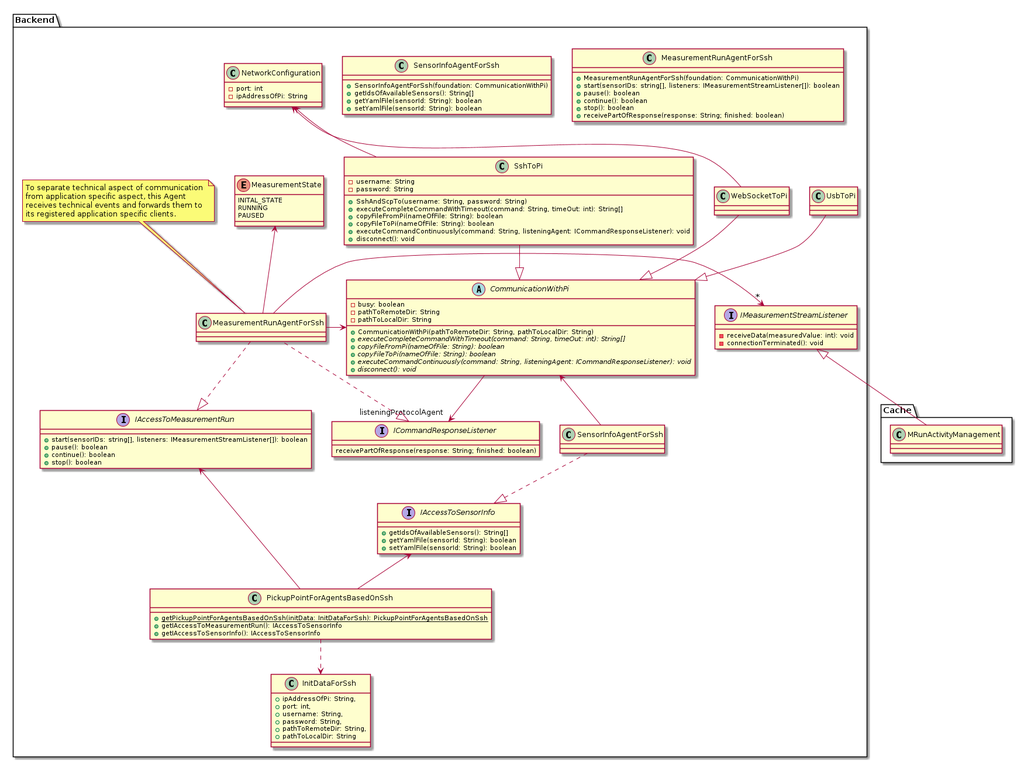
Above: 2-Entwurf/2-Entwicklung/src/edu/kit/freejdaq/phyPiDAQBackend/BackendUMLClassDiagram.png in osl2/DAQ-Documents (PlantUML), before the change. Source of this version:
```plantuml
@startuml
namespace Backend {
	SshToPi --|> CommunicationWithPi
	WebSocketToPi  --|> CommunicationWithPi
	UsbToPi --|> CommunicationWithPi
	SshToPi -up-> NetworkConfiguration
	WebSocketToPi -up-> NetworkConfiguration

	class NetworkConfiguration {
	   -port: int
	   -ipAddressOfPi: String
	}

	abstract class CommunicationWithPi {
		-busy: boolean
		-pathToRemoteDir: String
		-pathToLocalDir: String
		+CommunicationWithPi(pathToRemoteDir: String, pathToLocalDir: String)
	    +{abstract}executeCompleteCommandWithTimeout(command: String, timeOut: int): String[]
	    +{abstract}copyFileFromPi(nameOfFile: String): boolean
	    +{abstract}copyFileToPi(nameOfFile: String): boolean
	    +{abstract}executeCommandContinuously(command: String, listeningAgent: ICommandResponseListener): void
	    +{abstract}disconnect(): void
	}
	CommunicationWithPi --> "listeningProtocolAgent" ICommandResponseListener

	interface ICommandResponseListener {
		receivePartOfResponse(response: String; finished: boolean)
	}

	 MeasurementRunAgentForSsh .up.|> ICommandResponseListener

	note top of MeasurementRunAgentForSsh
		To separate technical aspect of communication
		from application specific aspect, this Agent
		receives technical events and forwards them to
		its registered application specific clients.
	end note

	class SshToPi {
		-username: String
		-password: String
		+SshAndScpTo(username: String, password: String)
		+executeCompleteCommandWithTimeout(command: String, timeOut: int): String[]
	    +copyFileFromPi(nameOfFile: String): boolean
	    +copyFileToPi(nameOfFile: String): boolean
	    +executeCommandContinuously(command: String, listeningAgent: ICommandResponseListener): void
	    +disconnect(): void
	}

	interface IMeasurementStreamListener {
		-receiveData(measuredValue: int): void
		-connectionTerminated(): void
	}

	MeasurementRunAgentForSsh -right-> CommunicationWithPi
	SensorInfoAgentForSsh -up-> CommunicationWithPi
	MeasurementRunAgentForSsh -left-> "*" IMeasurementStreamListener

	interface IAccessToSensorInfo {
		+getIdsOfAvailableSensors(): String[]
		+getYamlFile(sensorId: String): boolean
		+setYamlFile(sensorId: String): boolean
	}

	SensorInfoAgentForSsh ..|> IAccessToSensorInfo


	interface IAccessToMeasurementRun{
		+start(sensorIDs: string[], listeners: IMeasurementStreamListener[]): boolean
		+pause(): boolean
		+continue(): boolean
		+stop(): boolean
	}

	enum MeasurementState {
	  INITAL_STATE
	  RUNNING
	  PAUSED
	}

	MeasurementRunAgentForSsh .down.|> IAccessToMeasurementRun
	MeasurementRunAgentForSsh -up-> MeasurementState

	together {

		class MeasurementRunAgentForSsh {
			+MeasurementRunAgentForSsh(foundation: CommunicationWithPi)
			+start(sensorIDs: string[], listeners: IMeasurementStreamListener[]): boolean
			+pause(): boolean
			+continue(): boolean
			+stop(): boolean
			+receivePartOfResponse(response: String; finished: boolean)
		}

		class SensorInfoAgentForSsh {
			+SensorInfoAgentForSsh(foundation: CommunicationWithPi)
			+getIdsOfAvailableSensors(): String[]
			+getYamlFile(sensorId: String): boolean
			+setYamlFile(sensorId: String): boolean
		}
	}

	PickupPointForAgentsBasedOnSsh -up-> IAccessToSensorInfo
	PickupPointForAgentsBasedOnSsh -up-> IAccessToMeasurementRun
	class PickupPointForAgentsBasedOnSsh {
		+{static}getPickupPointForAgentsBasedOnSsh(initData: InitDataForSsh): PickupPointForAgentsBasedOnSsh
		+getIAccessToMeasurementRun(): IAccessToSensorInfo
		+getIAccessToSensorInfo(): IAccessToSensorInfo
	}

	PickupPointForAgentsBasedOnSsh ..> InitDataForSsh

	class InitDataForSsh {
	 	+ ipAddressOfPi: String,
	 	+ port: int,
	 	+ username: String,
	 	+ password: String,
	 	+ pathToRemoteDir: String,
	 	+ pathToLocalDir: String
	}

	IMeasurementStreamListener <|-- Cache.MRunActivityManagement
}
@enduml
```
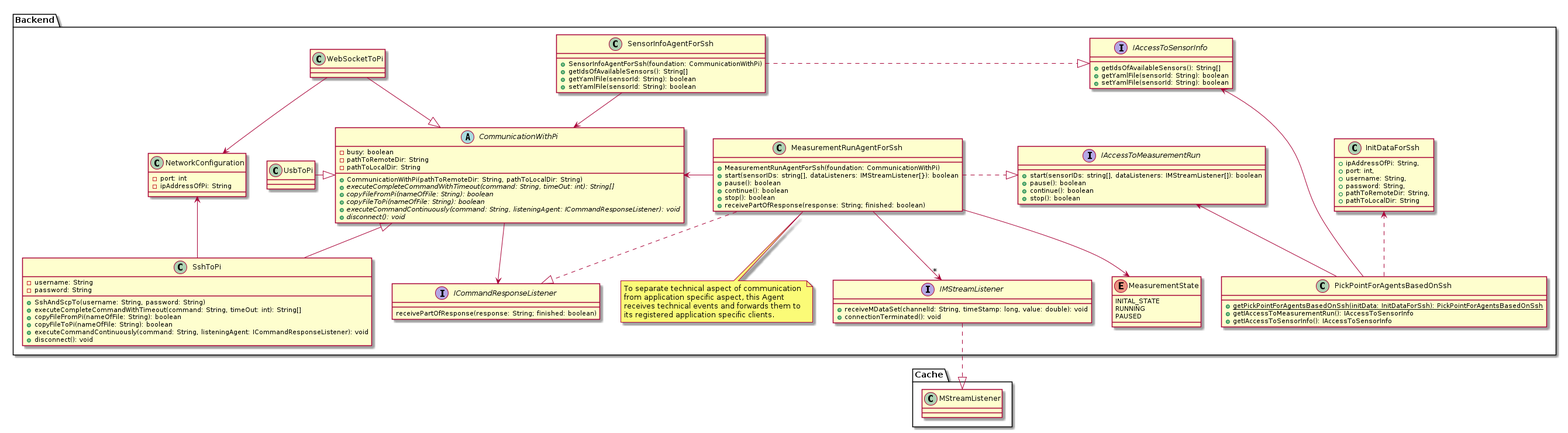
The same diagram one commit later.

Commit message:
Cache weiterentwickelt. Ausserdem: Anordnung im Backend ist jetzt nicht mehr vertikal, sondern horizontal.

What changed in the source:
```diff
@@ -1,10 +1,33 @@
 @startuml
 namespace Backend {
-	SshToPi --|> CommunicationWithPi
-	WebSocketToPi  --|> CommunicationWithPi
-	UsbToPi --|> CommunicationWithPi
+
+	PickPointForAgentsBasedOnSsh -up-> IAccessToSensorInfo
+	PickPointForAgentsBasedOnSsh -up-> IAccessToMeasurementRun
+	PickPointForAgentsBasedOnSsh .up.> InitDataForSsh
+
+	MeasurementRunAgentForSsh --> "*" IMStreamListener
+
+	SensorInfoAgentForSsh .right.|> IAccessToSensorInfo
+	MeasurementRunAgentForSsh .right.|> IAccessToMeasurementRun
+
+	SshToPi -up-|> CommunicationWithPi
+	WebSocketToPi  -right-|> CommunicationWithPi
+	UsbToPi -right-|> CommunicationWithPi
+
 	SshToPi -up-> NetworkConfiguration
-	WebSocketToPi -up-> NetworkConfiguration
+	WebSocketToPi -down-> NetworkConfiguration
+
+	CommunicationWithPi --> ICommandResponseListener
+	MeasurementRunAgentForSsh ..|> ICommandResponseListener
+
+	MeasurementRunAgentForSsh -left-> CommunicationWithPi
+	SensorInfoAgentForSsh -down-> CommunicationWithPi
+
+	MeasurementRunAgentForSsh --> MeasurementState
+
+
+	IMStreamListener  ..|> Cache.MStreamListener
+
 
 	class NetworkConfiguration {
 	   -port: int
@@ -22,20 +45,15 @@
 	    +{abstract}executeCommandContinuously(command: String, listeningAgent: ICommandResponseListener): void
 	    +{abstract}disconnect(): void
 	}
-	CommunicationWithPi --> "listeningProtocolAgent" ICommandResponseListener
+
 
 	interface ICommandResponseListener {
 		receivePartOfResponse(response: String; finished: boolean)
 	}
 
-	 MeasurementRunAgentForSsh .up.|> ICommandResponseListener
 
-	note top of MeasurementRunAgentForSsh
-		To separate technical aspect of communication
-		from application specific aspect, this Agent
-		receives technical events and forwards them to
-		its registered application specific clients.
-	end note
+
+
 
 	class SshToPi {
 		-username: String
@@ -48,14 +66,13 @@
 	    +disconnect(): void
 	}
 
-	interface IMeasurementStreamListener {
-		-receiveData(measuredValue: int): void
-		-connectionTerminated(): void
+
+	interface IMStreamListener {
+		+ receiveMDataSet(channelId: String, timeStamp: long, value: double): void
+		+ connectionTerminated(): void
 	}
 
-	MeasurementRunAgentForSsh -right-> CommunicationWithPi
-	SensorInfoAgentForSsh -up-> CommunicationWithPi
-	MeasurementRunAgentForSsh -left-> "*" IMeasurementStreamListener
+
 
 	interface IAccessToSensorInfo {
 		+getIdsOfAvailableSensors(): String[]
@@ -63,11 +80,10 @@
 		+setYamlFile(sensorId: String): boolean
 	}
 
-	SensorInfoAgentForSsh ..|> IAccessToSensorInfo
 
 
 	interface IAccessToMeasurementRun{
-		+start(sensorIDs: string[], listeners: IMeasurementStreamListener[]): boolean
+		+start(sensorIDs: string[], dataListeners: IMStreamListener[]): boolean
 		+pause(): boolean
 		+continue(): boolean
 		+stop(): boolean
@@ -79,14 +95,10 @@
 	  PAUSED
 	}
 
-	MeasurementRunAgentForSsh .down.|> IAccessToMeasurementRun
-	MeasurementRunAgentForSsh -up-> MeasurementState
-
-	together {
 
 		class MeasurementRunAgentForSsh {
 			+MeasurementRunAgentForSsh(foundation: CommunicationWithPi)
-			+start(sensorIDs: string[], listeners: IMeasurementStreamListener[]): boolean
+			+start(sensorIDs: string[], dataListeners: IMStreamListener[}): boolean
 			+pause(): boolean
 			+continue(): boolean
 			+stop(): boolean
@@ -99,17 +111,15 @@
 			+getYamlFile(sensorId: String): boolean
 			+setYamlFile(sensorId: String): boolean
 		}
-	}
 
-	PickupPointForAgentsBasedOnSsh -up-> IAccessToSensorInfo
-	PickupPointForAgentsBasedOnSsh -up-> IAccessToMeasurementRun
-	class PickupPointForAgentsBasedOnSsh {
-		+{static}getPickupPointForAgentsBasedOnSsh(initData: InitDataForSsh): PickupPointForAgentsBasedOnSsh
+
+
+	class PickPointForAgentsBasedOnSsh {
+		+{static}getPickPointForAgentsBasedOnSsh(initData: InitDataForSsh): PickPointForAgentsBasedOnSsh
 		+getIAccessToMeasurementRun(): IAccessToSensorInfo
 		+getIAccessToSensorInfo(): IAccessToSensorInfo
 	}
 
-	PickupPointForAgentsBasedOnSsh ..> InitDataForSsh
 
 	class InitDataForSsh {
 	 	+ ipAddressOfPi: String,
@@ -120,6 +130,12 @@
 	 	+ pathToLocalDir: String
 	}
 
-	IMeasurementStreamListener <|-- Cache.MRunActivityManagement
+	note bottom of MeasurementRunAgentForSsh
+		To separate technical aspect of communication
+		from application specific aspect, this Agent
+		receives technical events and forwards them to
+		its registered application specific clients.
+	end note
+
 }
 @enduml
```
